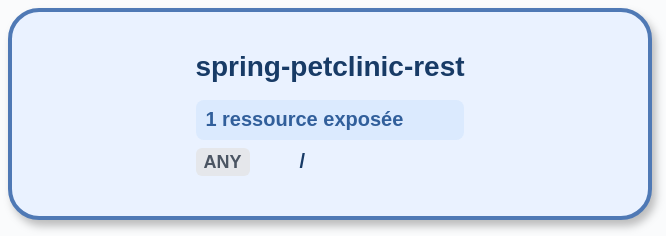
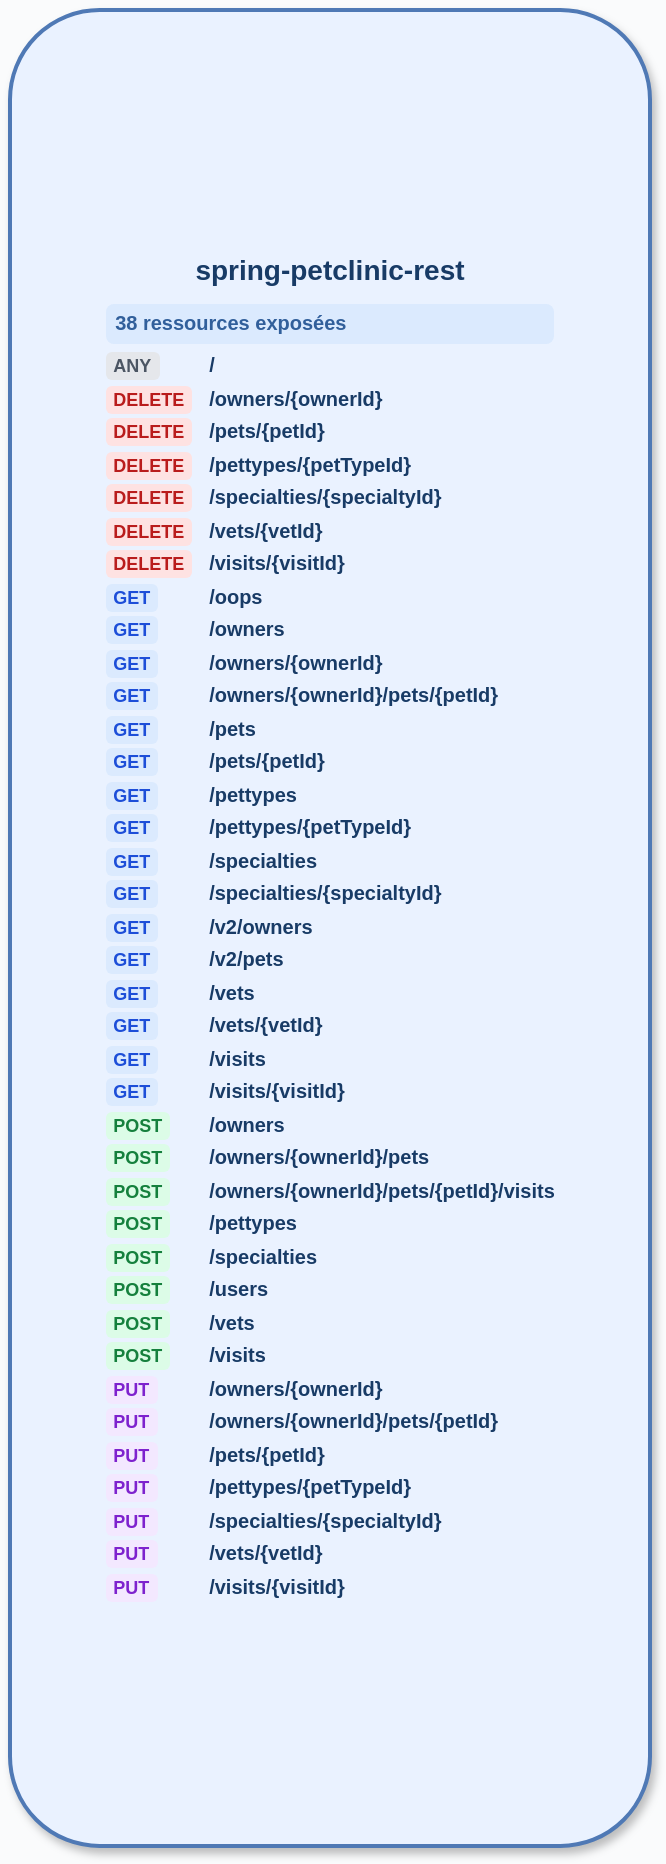
<?xml version="1.0" encoding="UTF-8"?>
<mxfile host="cccr">
  <diagram name="cccr graph" id="cccr-graph">
    <mxGraphModel dx="1200" dy="800" grid="1" gridSize="10" guides="1" tooltips="1" connect="1" arrows="1" fold="1" page="0" pageScale="1" pageWidth="1169" pageHeight="827" background="#fafbfc" math="0" shadow="0">
      <root>
        <mxCell id="0" />
        <mxCell id="1" parent="0" />
-         <mxCell id="node-0" value='&lt;div style="text-align:left;line-height:1.25;"&gt;&lt;div style="text-align:center;font-size:14px;color:#183b66;"&gt;&lt;b&gt;spring-petclinic-rest&lt;/b&gt;&lt;/div&gt;&lt;div style="margin-top:7px;padding:4px 5px;background-color:#dbeafe;color:#315f9b;font-size:10px;font-weight:bold;border-radius:4px;"&gt;1 ressource exposée&lt;/div&gt;&lt;table style="width:100%;margin-top:3px;font-size:10px;border-collapse:collapse;"&gt;&lt;tr&gt;&lt;td style="padding:2px 5px 2px 0;width:47px;"&gt;&lt;span style="background-color:#e5e7eb;color:#4b5563;font-weight:bold;font-size:9px;padding:2px 4px;border-radius:3px;"&gt;ANY&lt;/span&gt;&lt;/td&gt;&lt;td style="padding:2px 0;color:#183b66;"&gt;/&lt;/td&gt;&lt;/tr&gt;&lt;/table&gt;&lt;/div&gt;' style="rounded=1;arcSize=14;whiteSpace=wrap;html=1;fillColor=#eaf2ff;strokeColor=#4f79b5;strokeWidth=2;fontColor=#183b66;fontSize=14;fontStyle=1;shadow=1;spacingLeft=12;spacingRight=12;" vertex="1" parent="1"><mxGeometry x="24" y="24" width="320" height="104" as="geometry" /></mxCell>
+         <mxCell id="node-0" value='&lt;div style="text-align:left;line-height:1.25;"&gt;&lt;div style="text-align:center;font-size:14px;color:#183b66;"&gt;&lt;b&gt;spring-petclinic-rest&lt;/b&gt;&lt;/div&gt;&lt;div style="margin-top:7px;padding:4px 5px;background-color:#dbeafe;color:#315f9b;font-size:10px;font-weight:bold;border-radius:4px;"&gt;38 ressources exposées&lt;/div&gt;&lt;table style="width:100%;margin-top:3px;font-size:10px;border-collapse:collapse;"&gt;&lt;tr&gt;&lt;td style="padding:2px 5px 2px 0;width:47px;"&gt;&lt;span style="background-color:#e5e7eb;color:#4b5563;font-weight:bold;font-size:9px;padding:2px 4px;border-radius:3px;"&gt;ANY&lt;/span&gt;&lt;/td&gt;&lt;td style="padding:2px 0;color:#183b66;"&gt;/&lt;/td&gt;&lt;/tr&gt;&lt;tr&gt;&lt;td style="padding:2px 5px 2px 0;width:47px;"&gt;&lt;span style="background-color:#fee2e2;color:#b91c1c;font-weight:bold;font-size:9px;padding:2px 4px;border-radius:3px;"&gt;DELETE&lt;/span&gt;&lt;/td&gt;&lt;td style="padding:2px 0;color:#183b66;"&gt;/owners/{ownerId}&lt;/td&gt;&lt;/tr&gt;&lt;tr&gt;&lt;td style="padding:2px 5px 2px 0;width:47px;"&gt;&lt;span style="background-color:#fee2e2;color:#b91c1c;font-weight:bold;font-size:9px;padding:2px 4px;border-radius:3px;"&gt;DELETE&lt;/span&gt;&lt;/td&gt;&lt;td style="padding:2px 0;color:#183b66;"&gt;/pets/{petId}&lt;/td&gt;&lt;/tr&gt;&lt;tr&gt;&lt;td style="padding:2px 5px 2px 0;width:47px;"&gt;&lt;span style="background-color:#fee2e2;color:#b91c1c;font-weight:bold;font-size:9px;padding:2px 4px;border-radius:3px;"&gt;DELETE&lt;/span&gt;&lt;/td&gt;&lt;td style="padding:2px 0;color:#183b66;"&gt;/pettypes/{petTypeId}&lt;/td&gt;&lt;/tr&gt;&lt;tr&gt;&lt;td style="padding:2px 5px 2px 0;width:47px;"&gt;&lt;span style="background-color:#fee2e2;color:#b91c1c;font-weight:bold;font-size:9px;padding:2px 4px;border-radius:3px;"&gt;DELETE&lt;/span&gt;&lt;/td&gt;&lt;td style="padding:2px 0;color:#183b66;"&gt;/specialties/{specialtyId}&lt;/td&gt;&lt;/tr&gt;&lt;tr&gt;&lt;td style="padding:2px 5px 2px 0;width:47px;"&gt;&lt;span style="background-color:#fee2e2;color:#b91c1c;font-weight:bold;font-size:9px;padding:2px 4px;border-radius:3px;"&gt;DELETE&lt;/span&gt;&lt;/td&gt;&lt;td style="padding:2px 0;color:#183b66;"&gt;/vets/{vetId}&lt;/td&gt;&lt;/tr&gt;&lt;tr&gt;&lt;td style="padding:2px 5px 2px 0;width:47px;"&gt;&lt;span style="background-color:#fee2e2;color:#b91c1c;font-weight:bold;font-size:9px;padding:2px 4px;border-radius:3px;"&gt;DELETE&lt;/span&gt;&lt;/td&gt;&lt;td style="padding:2px 0;color:#183b66;"&gt;/visits/{visitId}&lt;/td&gt;&lt;/tr&gt;&lt;tr&gt;&lt;td style="padding:2px 5px 2px 0;width:47px;"&gt;&lt;span style="background-color:#dbeafe;color:#1d4ed8;font-weight:bold;font-size:9px;padding:2px 4px;border-radius:3px;"&gt;GET&lt;/span&gt;&lt;/td&gt;&lt;td style="padding:2px 0;color:#183b66;"&gt;/oops&lt;/td&gt;&lt;/tr&gt;&lt;tr&gt;&lt;td style="padding:2px 5px 2px 0;width:47px;"&gt;&lt;span style="background-color:#dbeafe;color:#1d4ed8;font-weight:bold;font-size:9px;padding:2px 4px;border-radius:3px;"&gt;GET&lt;/span&gt;&lt;/td&gt;&lt;td style="padding:2px 0;color:#183b66;"&gt;/owners&lt;/td&gt;&lt;/tr&gt;&lt;tr&gt;&lt;td style="padding:2px 5px 2px 0;width:47px;"&gt;&lt;span style="background-color:#dbeafe;color:#1d4ed8;font-weight:bold;font-size:9px;padding:2px 4px;border-radius:3px;"&gt;GET&lt;/span&gt;&lt;/td&gt;&lt;td style="padding:2px 0;color:#183b66;"&gt;/owners/{ownerId}&lt;/td&gt;&lt;/tr&gt;&lt;tr&gt;&lt;td style="padding:2px 5px 2px 0;width:47px;"&gt;&lt;span style="background-color:#dbeafe;color:#1d4ed8;font-weight:bold;font-size:9px;padding:2px 4px;border-radius:3px;"&gt;GET&lt;/span&gt;&lt;/td&gt;&lt;td style="padding:2px 0;color:#183b66;"&gt;/owners/{ownerId}/pets/{petId}&lt;/td&gt;&lt;/tr&gt;&lt;tr&gt;&lt;td style="padding:2px 5px 2px 0;width:47px;"&gt;&lt;span style="background-color:#dbeafe;color:#1d4ed8;font-weight:bold;font-size:9px;padding:2px 4px;border-radius:3px;"&gt;GET&lt;/span&gt;&lt;/td&gt;&lt;td style="padding:2px 0;color:#183b66;"&gt;/pets&lt;/td&gt;&lt;/tr&gt;&lt;tr&gt;&lt;td style="padding:2px 5px 2px 0;width:47px;"&gt;&lt;span style="background-color:#dbeafe;color:#1d4ed8;font-weight:bold;font-size:9px;padding:2px 4px;border-radius:3px;"&gt;GET&lt;/span&gt;&lt;/td&gt;&lt;td style="padding:2px 0;color:#183b66;"&gt;/pets/{petId}&lt;/td&gt;&lt;/tr&gt;&lt;tr&gt;&lt;td style="padding:2px 5px 2px 0;width:47px;"&gt;&lt;span style="background-color:#dbeafe;color:#1d4ed8;font-weight:bold;font-size:9px;padding:2px 4px;border-radius:3px;"&gt;GET&lt;/span&gt;&lt;/td&gt;&lt;td style="padding:2px 0;color:#183b66;"&gt;/pettypes&lt;/td&gt;&lt;/tr&gt;&lt;tr&gt;&lt;td style="padding:2px 5px 2px 0;width:47px;"&gt;&lt;span style="background-color:#dbeafe;color:#1d4ed8;font-weight:bold;font-size:9px;padding:2px 4px;border-radius:3px;"&gt;GET&lt;/span&gt;&lt;/td&gt;&lt;td style="padding:2px 0;color:#183b66;"&gt;/pettypes/{petTypeId}&lt;/td&gt;&lt;/tr&gt;&lt;tr&gt;&lt;td style="padding:2px 5px 2px 0;width:47px;"&gt;&lt;span style="background-color:#dbeafe;color:#1d4ed8;font-weight:bold;font-size:9px;padding:2px 4px;border-radius:3px;"&gt;GET&lt;/span&gt;&lt;/td&gt;&lt;td style="padding:2px 0;color:#183b66;"&gt;/specialties&lt;/td&gt;&lt;/tr&gt;&lt;tr&gt;&lt;td style="padding:2px 5px 2px 0;width:47px;"&gt;&lt;span style="background-color:#dbeafe;color:#1d4ed8;font-weight:bold;font-size:9px;padding:2px 4px;border-radius:3px;"&gt;GET&lt;/span&gt;&lt;/td&gt;&lt;td style="padding:2px 0;color:#183b66;"&gt;/specialties/{specialtyId}&lt;/td&gt;&lt;/tr&gt;&lt;tr&gt;&lt;td style="padding:2px 5px 2px 0;width:47px;"&gt;&lt;span style="background-color:#dbeafe;color:#1d4ed8;font-weight:bold;font-size:9px;padding:2px 4px;border-radius:3px;"&gt;GET&lt;/span&gt;&lt;/td&gt;&lt;td style="padding:2px 0;color:#183b66;"&gt;/v2/owners&lt;/td&gt;&lt;/tr&gt;&lt;tr&gt;&lt;td style="padding:2px 5px 2px 0;width:47px;"&gt;&lt;span style="background-color:#dbeafe;color:#1d4ed8;font-weight:bold;font-size:9px;padding:2px 4px;border-radius:3px;"&gt;GET&lt;/span&gt;&lt;/td&gt;&lt;td style="padding:2px 0;color:#183b66;"&gt;/v2/pets&lt;/td&gt;&lt;/tr&gt;&lt;tr&gt;&lt;td style="padding:2px 5px 2px 0;width:47px;"&gt;&lt;span style="background-color:#dbeafe;color:#1d4ed8;font-weight:bold;font-size:9px;padding:2px 4px;border-radius:3px;"&gt;GET&lt;/span&gt;&lt;/td&gt;&lt;td style="padding:2px 0;color:#183b66;"&gt;/vets&lt;/td&gt;&lt;/tr&gt;&lt;tr&gt;&lt;td style="padding:2px 5px 2px 0;width:47px;"&gt;&lt;span style="background-color:#dbeafe;color:#1d4ed8;font-weight:bold;font-size:9px;padding:2px 4px;border-radius:3px;"&gt;GET&lt;/span&gt;&lt;/td&gt;&lt;td style="padding:2px 0;color:#183b66;"&gt;/vets/{vetId}&lt;/td&gt;&lt;/tr&gt;&lt;tr&gt;&lt;td style="padding:2px 5px 2px 0;width:47px;"&gt;&lt;span style="background-color:#dbeafe;color:#1d4ed8;font-weight:bold;font-size:9px;padding:2px 4px;border-radius:3px;"&gt;GET&lt;/span&gt;&lt;/td&gt;&lt;td style="padding:2px 0;color:#183b66;"&gt;/visits&lt;/td&gt;&lt;/tr&gt;&lt;tr&gt;&lt;td style="padding:2px 5px 2px 0;width:47px;"&gt;&lt;span style="background-color:#dbeafe;color:#1d4ed8;font-weight:bold;font-size:9px;padding:2px 4px;border-radius:3px;"&gt;GET&lt;/span&gt;&lt;/td&gt;&lt;td style="padding:2px 0;color:#183b66;"&gt;/visits/{visitId}&lt;/td&gt;&lt;/tr&gt;&lt;tr&gt;&lt;td style="padding:2px 5px 2px 0;width:47px;"&gt;&lt;span style="background-color:#dcfce7;color:#15803d;font-weight:bold;font-size:9px;padding:2px 4px;border-radius:3px;"&gt;POST&lt;/span&gt;&lt;/td&gt;&lt;td style="padding:2px 0;color:#183b66;"&gt;/owners&lt;/td&gt;&lt;/tr&gt;&lt;tr&gt;&lt;td style="padding:2px 5px 2px 0;width:47px;"&gt;&lt;span style="background-color:#dcfce7;color:#15803d;font-weight:bold;font-size:9px;padding:2px 4px;border-radius:3px;"&gt;POST&lt;/span&gt;&lt;/td&gt;&lt;td style="padding:2px 0;color:#183b66;"&gt;/owners/{ownerId}/pets&lt;/td&gt;&lt;/tr&gt;&lt;tr&gt;&lt;td style="padding:2px 5px 2px 0;width:47px;"&gt;&lt;span style="background-color:#dcfce7;color:#15803d;font-weight:bold;font-size:9px;padding:2px 4px;border-radius:3px;"&gt;POST&lt;/span&gt;&lt;/td&gt;&lt;td style="padding:2px 0;color:#183b66;"&gt;/owners/{ownerId}/pets/{petId}/visits&lt;/td&gt;&lt;/tr&gt;&lt;tr&gt;&lt;td style="padding:2px 5px 2px 0;width:47px;"&gt;&lt;span style="background-color:#dcfce7;color:#15803d;font-weight:bold;font-size:9px;padding:2px 4px;border-radius:3px;"&gt;POST&lt;/span&gt;&lt;/td&gt;&lt;td style="padding:2px 0;color:#183b66;"&gt;/pettypes&lt;/td&gt;&lt;/tr&gt;&lt;tr&gt;&lt;td style="padding:2px 5px 2px 0;width:47px;"&gt;&lt;span style="background-color:#dcfce7;color:#15803d;font-weight:bold;font-size:9px;padding:2px 4px;border-radius:3px;"&gt;POST&lt;/span&gt;&lt;/td&gt;&lt;td style="padding:2px 0;color:#183b66;"&gt;/specialties&lt;/td&gt;&lt;/tr&gt;&lt;tr&gt;&lt;td style="padding:2px 5px 2px 0;width:47px;"&gt;&lt;span style="background-color:#dcfce7;color:#15803d;font-weight:bold;font-size:9px;padding:2px 4px;border-radius:3px;"&gt;POST&lt;/span&gt;&lt;/td&gt;&lt;td style="padding:2px 0;color:#183b66;"&gt;/users&lt;/td&gt;&lt;/tr&gt;&lt;tr&gt;&lt;td style="padding:2px 5px 2px 0;width:47px;"&gt;&lt;span style="background-color:#dcfce7;color:#15803d;font-weight:bold;font-size:9px;padding:2px 4px;border-radius:3px;"&gt;POST&lt;/span&gt;&lt;/td&gt;&lt;td style="padding:2px 0;color:#183b66;"&gt;/vets&lt;/td&gt;&lt;/tr&gt;&lt;tr&gt;&lt;td style="padding:2px 5px 2px 0;width:47px;"&gt;&lt;span style="background-color:#dcfce7;color:#15803d;font-weight:bold;font-size:9px;padding:2px 4px;border-radius:3px;"&gt;POST&lt;/span&gt;&lt;/td&gt;&lt;td style="padding:2px 0;color:#183b66;"&gt;/visits&lt;/td&gt;&lt;/tr&gt;&lt;tr&gt;&lt;td style="padding:2px 5px 2px 0;width:47px;"&gt;&lt;span style="background-color:#f3e8ff;color:#7e22ce;font-weight:bold;font-size:9px;padding:2px 4px;border-radius:3px;"&gt;PUT&lt;/span&gt;&lt;/td&gt;&lt;td style="padding:2px 0;color:#183b66;"&gt;/owners/{ownerId}&lt;/td&gt;&lt;/tr&gt;&lt;tr&gt;&lt;td style="padding:2px 5px 2px 0;width:47px;"&gt;&lt;span style="background-color:#f3e8ff;color:#7e22ce;font-weight:bold;font-size:9px;padding:2px 4px;border-radius:3px;"&gt;PUT&lt;/span&gt;&lt;/td&gt;&lt;td style="padding:2px 0;color:#183b66;"&gt;/owners/{ownerId}/pets/{petId}&lt;/td&gt;&lt;/tr&gt;&lt;tr&gt;&lt;td style="padding:2px 5px 2px 0;width:47px;"&gt;&lt;span style="background-color:#f3e8ff;color:#7e22ce;font-weight:bold;font-size:9px;padding:2px 4px;border-radius:3px;"&gt;PUT&lt;/span&gt;&lt;/td&gt;&lt;td style="padding:2px 0;color:#183b66;"&gt;/pets/{petId}&lt;/td&gt;&lt;/tr&gt;&lt;tr&gt;&lt;td style="padding:2px 5px 2px 0;width:47px;"&gt;&lt;span style="background-color:#f3e8ff;color:#7e22ce;font-weight:bold;font-size:9px;padding:2px 4px;border-radius:3px;"&gt;PUT&lt;/span&gt;&lt;/td&gt;&lt;td style="padding:2px 0;color:#183b66;"&gt;/pettypes/{petTypeId}&lt;/td&gt;&lt;/tr&gt;&lt;tr&gt;&lt;td style="padding:2px 5px 2px 0;width:47px;"&gt;&lt;span style="background-color:#f3e8ff;color:#7e22ce;font-weight:bold;font-size:9px;padding:2px 4px;border-radius:3px;"&gt;PUT&lt;/span&gt;&lt;/td&gt;&lt;td style="padding:2px 0;color:#183b66;"&gt;/specialties/{specialtyId}&lt;/td&gt;&lt;/tr&gt;&lt;tr&gt;&lt;td style="padding:2px 5px 2px 0;width:47px;"&gt;&lt;span style="background-color:#f3e8ff;color:#7e22ce;font-weight:bold;font-size:9px;padding:2px 4px;border-radius:3px;"&gt;PUT&lt;/span&gt;&lt;/td&gt;&lt;td style="padding:2px 0;color:#183b66;"&gt;/vets/{vetId}&lt;/td&gt;&lt;/tr&gt;&lt;tr&gt;&lt;td style="padding:2px 5px 2px 0;width:47px;"&gt;&lt;span style="background-color:#f3e8ff;color:#7e22ce;font-weight:bold;font-size:9px;padding:2px 4px;border-radius:3px;"&gt;PUT&lt;/span&gt;&lt;/td&gt;&lt;td style="padding:2px 0;color:#183b66;"&gt;/visits/{visitId}&lt;/td&gt;&lt;/tr&gt;&lt;/table&gt;&lt;/div&gt;' style="rounded=1;arcSize=14;whiteSpace=wrap;html=1;fillColor=#eaf2ff;strokeColor=#4f79b5;strokeWidth=2;fontColor=#183b66;fontSize=14;fontStyle=1;shadow=1;spacingLeft=12;spacingRight=12;" vertex="1" parent="1"><mxGeometry x="24" y="24" width="320" height="918" as="geometry" /></mxCell>
      </root>
    </mxGraphModel>
  </diagram>
</mxfile>
